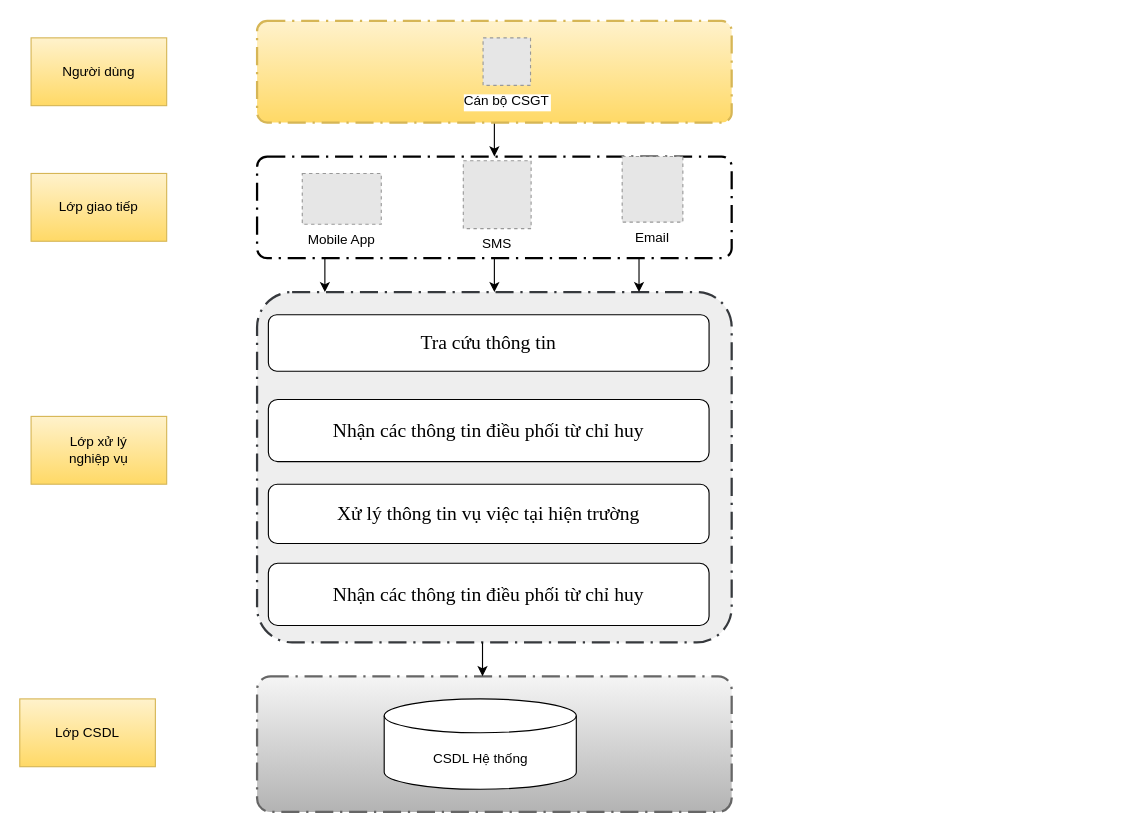
This is page "APP_CHIEN_SI" (2 of 3) of Untitled Diagram.drawio from letheanh12345/Draw-io, a draw.io file, before an edit. Source tidied: cells renumbered, new cells numbered last; positions are measured from the earlier drawing's top-left corner, leaving out a move shared by most shapes. Both pictures are drawn from the tidied source at 113%, with x=0, y=0 at pixel (19, 20). Pictures stored in the file or linked from it are replaced by grey dashed boxes.
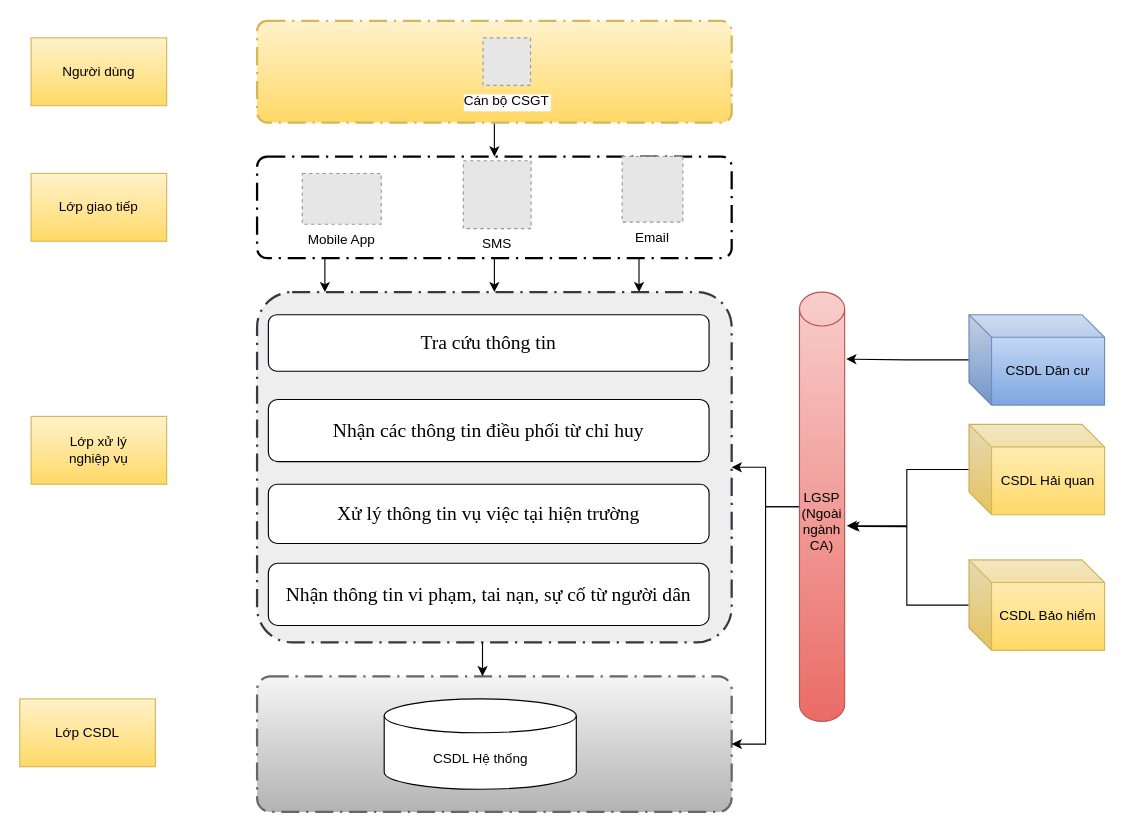
Above is the later version.

Unchanged cells that the change refers to:
```xml
<mxCell id="9" style="points=[[0.25,0,0],[0.5,0,0],[0.75,0,0],[1,0.25,0],[1,0.5,0],[1,0.75,0],[0.75,1,0],[0.5,1,0],[0.25,1,0],[0,0.75,0],[0,0.5,0],[0,0.25,0]];rounded=1;arcSize=10;dashed=1;strokeColor=#36393d;fillColor=#eeeeee;dashPattern=8 3 1 3;strokeWidth=2;fontStyle=1;fontSize=20;" parent="1" vertex="1">
  <mxGeometry x="210" y="240" width="420" height="310" as="geometry" />
</mxCell>
<mxCell id="14" style="points=[[0.25,0,0],[0.5,0,0],[0.75,0,0],[1,0.25,0],[1,0.5,0],[1,0.75,0],[0.75,1,0],[0.5,1,0],[0.25,1,0],[0,0.75,0],[0,0.5,0],[0,0.25,0]];rounded=1;arcSize=10;dashed=1;strokeColor=#666666;fillColor=#f5f5f5;gradientColor=#b3b3b3;dashPattern=8 3 1 3;strokeWidth=2;fontStyle=1;fontSize=20;" parent="1" vertex="1">
  <mxGeometry x="210" y="580" width="420" height="120" as="geometry" />
</mxCell>
```

What changed in the source:
```diff
@@
-    <mxCell id="13" value="&lt;span style=&quot;font-size: 13pt; line-height: 150%; font-family: &amp;quot;Times New Roman&amp;quot;, serif;&quot;&gt;Nhận các thông tin điều phối từ chỉ huy&lt;/span&gt;" style="rounded=1;whiteSpace=wrap;html=1;" parent="1" vertex="1">
+    <mxCell id="13" value="&lt;span style=&quot;font-size: 13pt; line-height: 150%; font-family: &amp;quot;Times New Roman&amp;quot;, serif;&quot;&gt;Nhận thông tin vi phạm, tai nạn, sự cố từ người dân&lt;/span&gt;" style="rounded=1;whiteSpace=wrap;html=1;" parent="1" vertex="1">
       <mxGeometry x="220" y="480" width="390" height="55" as="geometry" />
     </mxCell>
@@
+    <mxCell id="24" style="edgeStyle=orthogonalEdgeStyle;rounded=0;jettySize=auto;html=1;entryX=1.035;entryY=0.156;entryDx=0;entryDy=0;entryPerimeter=0;" parent="1" edge="1" source="25" target="28">
+      <mxGeometry relative="1" as="geometry" />
+    </mxCell>
+    <mxCell id="25" value="CSDL Dân cư" style="shape=cube;whiteSpace=wrap;html=1;boundedLbl=1;backgroundOutline=1;darkOpacity=0.05;darkOpacity2=0.1;fillColor=#dae8fc;gradientColor=#7ea6e0;strokeColor=#6c8ebf;" parent="1" vertex="1">
+      <mxGeometry x="840" y="260" width="120" height="80" as="geometry" />
+    </mxCell>
+    <mxCell id="26" style="edgeStyle=orthogonalEdgeStyle;rounded=0;jettySize=auto;html=1;entryX=1;entryY=0.5;entryDx=0;entryDy=0;entryPerimeter=0;" parent="1" edge="1" source="28" target="9">
+      <mxGeometry relative="1" as="geometry" />
+    </mxCell>
+    <mxCell id="27" style="edgeStyle=orthogonalEdgeStyle;rounded=0;jettySize=auto;html=1;entryX=1;entryY=0.5;entryDx=0;entryDy=0;entryPerimeter=0;" parent="1" edge="1" source="28" target="14">
+      <mxGeometry relative="1" as="geometry" />
+    </mxCell>
+    <mxCell id="28" value="LGSP (Ngoài ngành CA)" style="shape=cylinder3;whiteSpace=wrap;html=1;boundedLbl=1;backgroundOutline=1;size=15;fillColor=#f8cecc;gradientColor=#ea6b66;strokeColor=#b85450;" parent="1" vertex="1">
+      <mxGeometry x="690" y="240" width="40" height="380" as="geometry" />
+    </mxCell>
+    <mxCell id="29" style="edgeStyle=orthogonalEdgeStyle;rounded=0;jettySize=auto;html=1;entryX=1.046;entryY=0.544;entryDx=0;entryDy=0;entryPerimeter=0;" parent="1" edge="1" source="30" target="28">
+      <mxGeometry relative="1" as="geometry" />
+    </mxCell>
+    <mxCell id="30" value="CSDL Hải quan" style="shape=cube;whiteSpace=wrap;html=1;boundedLbl=1;backgroundOutline=1;darkOpacity=0.05;darkOpacity2=0.1;fillColor=#fff2cc;gradientColor=#ffd966;strokeColor=#d6b656;" parent="1" vertex="1">
+      <mxGeometry x="840" y="357" width="120" height="80" as="geometry" />
+    </mxCell>
+    <mxCell id="31" style="edgeStyle=orthogonalEdgeStyle;rounded=0;jettySize=auto;html=1;entryX=1.104;entryY=0.546;entryDx=0;entryDy=0;entryPerimeter=0;" parent="1" edge="1" source="32" target="28">
+      <mxGeometry relative="1" as="geometry" />
+    </mxCell>
+    <mxCell id="32" value="CSDL Bảo hiểm" style="shape=cube;whiteSpace=wrap;html=1;boundedLbl=1;backgroundOutline=1;darkOpacity=0.05;darkOpacity2=0.1;fillColor=#fff2cc;gradientColor=#ffd966;strokeColor=#d6b656;" parent="1" vertex="1">
+      <mxGeometry x="840" y="477" width="120" height="80" as="geometry" />
+    </mxCell>
```
